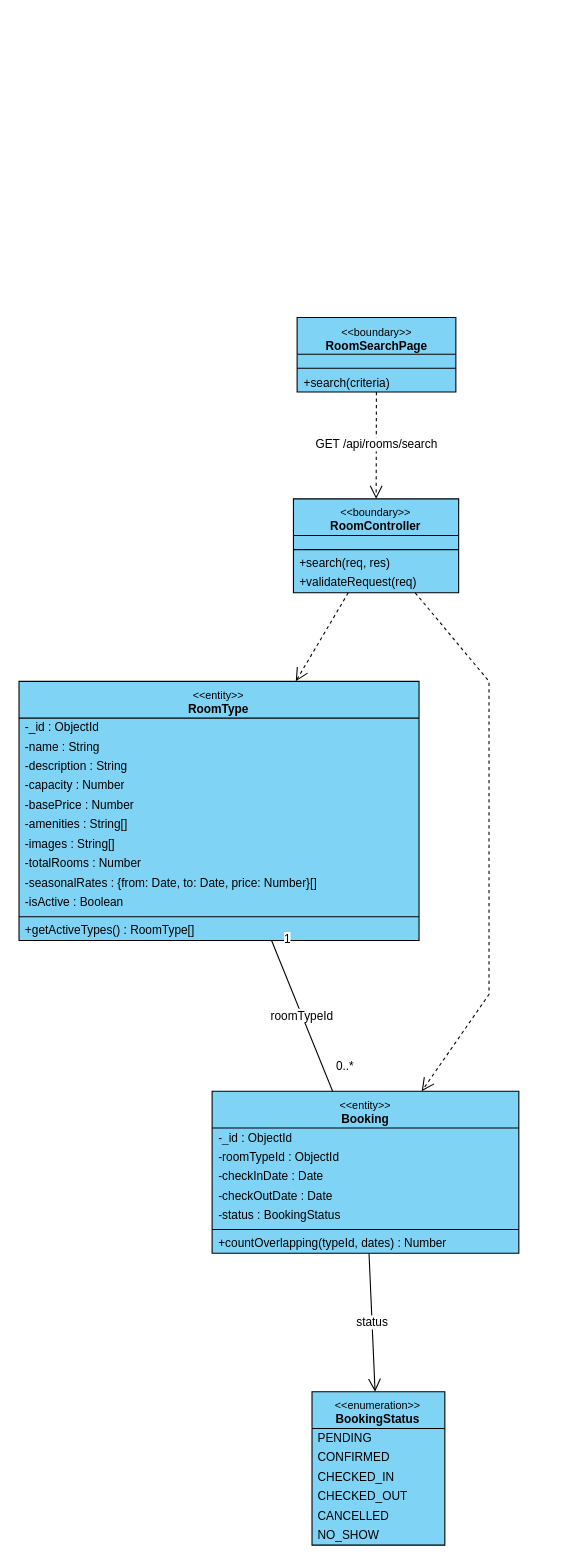
The draw.io diagram final/diagrams/M3_Booking-And-Customer_Diagrams/class_diagrams/CD-09_UC-G01_SearchAvailableRooms.drawio in toikobi401/SWD392, before the edit. Source tidied: cells renumbered, new cells numbered last; positions are measured from the earlier drawing's top-left corner, leaving out a move shared by most shapes. Both pictures are drawn from the tidied source at 108%, with x=0, y=0 at pixel (18, 316).
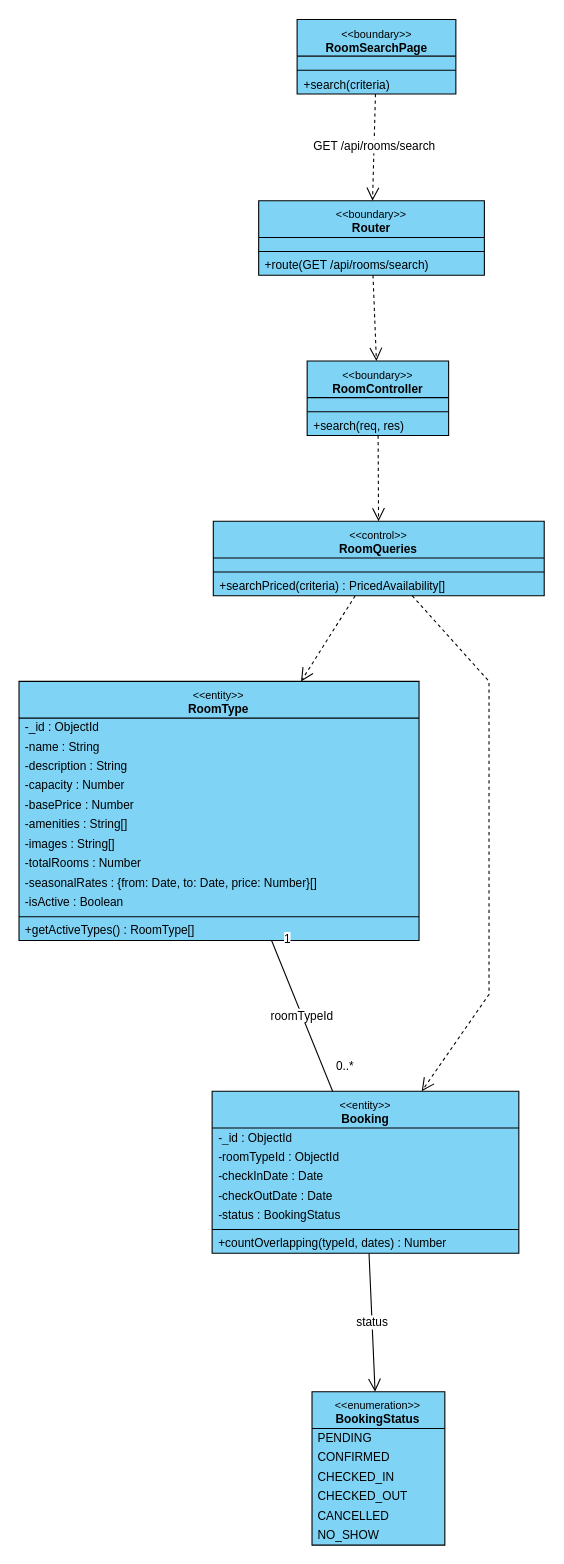
The same page after the edit.

The change refers to these unchanged cells:
```xml
<mxCell id="11" value="&lt;font style=&quot;font-size:10px&quot;&gt;&amp;lt;&amp;lt;entity&amp;gt;&amp;gt;&lt;/font&gt;&lt;br&gt;&lt;b&gt;RoomType&lt;/b&gt;" style="swimlane;fontStyle=0;align=center;verticalAlign=top;horizontal=1;startSize=34;html=1;whiteSpace=wrap;fontSize=11;fillColor=#7fd3f5;swimlaneFillColor=#7fd3f5;strokeColor=#000000;" parent="1" vertex="1">
  <mxGeometry x="0.1" y="337.4" width="370.4" height="240" as="geometry" />
</mxCell>
<mxCell id="24" value="&lt;font style=&quot;font-size:10px&quot;&gt;&amp;lt;&amp;lt;entity&amp;gt;&amp;gt;&lt;/font&gt;&lt;br&gt;&lt;b&gt;Booking&lt;/b&gt;" style="swimlane;fontStyle=0;align=center;verticalAlign=top;horizontal=1;startSize=34;html=1;whiteSpace=wrap;fontSize=11;fillColor=#7fd3f5;swimlaneFillColor=#7fd3f5;strokeColor=#000000;" parent="1" vertex="1">
  <mxGeometry x="178.9" y="716.9" width="284" height="150" as="geometry" />
</mxCell>
<mxCell id="32" value="&lt;font style=&quot;font-size:10px&quot;&gt;&amp;lt;&amp;lt;enumeration&amp;gt;&amp;gt;&lt;/font&gt;&lt;br&gt;&lt;b&gt;BookingStatus&lt;/b&gt;" style="swimlane;fontStyle=0;align=center;verticalAlign=top;horizontal=1;startSize=34;html=1;whiteSpace=wrap;fontSize=11;fillColor=#7fd3f5;swimlaneFillColor=#7fd3f5;strokeColor=#000000;" parent="1" vertex="1">
  <mxGeometry x="271.4" y="995.2" width="123" height="142" as="geometry" />
</mxCell>
```

The edit, as a diff of the source:
```diff
@@
     <mxCell id="2" value="&lt;font style=&quot;font-size:10px&quot;&gt;&amp;lt;&amp;lt;boundary&amp;gt;&amp;gt;&lt;/font&gt;&lt;br&gt;&lt;b&gt;RoomSearchPage&lt;/b&gt;" style="swimlane;fontStyle=0;align=center;verticalAlign=top;horizontal=1;startSize=34;html=1;whiteSpace=wrap;fontSize=11;fillColor=#7fd3f5;swimlaneFillColor=#7fd3f5;strokeColor=#000000;" parent="1" vertex="1">
-      <mxGeometry x="257.6" y="0.5" width="147" height="69" as="geometry" />
+      <mxGeometry x="257.6" y="-275.5" width="147" height="69" as="geometry" />
     </mxCell>
@@
+    <mxCell id="46" value="&lt;font style=&quot;font-size:10px&quot;&gt;&amp;lt;&amp;lt;boundary&amp;gt;&amp;gt;&lt;/font&gt;&lt;br&gt;&lt;b&gt;Router&lt;/b&gt;" style="swimlane;fontStyle=0;align=center;verticalAlign=top;horizontal=1;startSize=34;html=1;whiteSpace=wrap;fontSize=11;fillColor=#7fd3f5;swimlaneFillColor=#7fd3f5;strokeColor=#000000;" parent="1" vertex="1">
+      <mxGeometry x="222" y="-107.6" width="209" height="69" as="geometry" />
+    </mxCell>
+    <mxCell id="47" style="text;strokeColor=none;fillColor=none;html=1;" parent="46" vertex="1">
+      <mxGeometry y="34" width="209" height="9" as="geometry" />
+    </mxCell>
+    <mxCell id="48" style="line;strokeWidth=1;fillColor=none;align=left;verticalAlign=middle;spacingTop=-1;spacingLeft=3;spacingRight=3;labelPosition=right;strokeColor=#000000;" parent="46" vertex="1">
+      <mxGeometry y="43" width="209" height="8" as="geometry" />
+    </mxCell>
+    <mxCell id="49" value="+route(GET /api/rooms/search)" style="text;strokeColor=none;fillColor=none;align=left;verticalAlign=middle;spacingLeft=4;spacingRight=4;overflow=hidden;whiteSpace=nowrap;html=1;fontSize=11;" parent="46" vertex="1">
+      <mxGeometry y="51" width="209" height="18" as="geometry" />
+    </mxCell>
     <mxCell id="6" value="&lt;font style=&quot;font-size:10px&quot;&gt;&amp;lt;&amp;lt;boundary&amp;gt;&amp;gt;&lt;/font&gt;&lt;br&gt;&lt;b&gt;RoomController&lt;/b&gt;" style="swimlane;fontStyle=0;align=center;verticalAlign=top;horizontal=1;startSize=34;html=1;whiteSpace=wrap;fontSize=11;fillColor=#7fd3f5;swimlaneFillColor=#7fd3f5;strokeColor=#000000;" parent="1" vertex="1">
-      <mxGeometry x="254.2" y="168.4" width="153" height="87" as="geometry" />
+      <mxGeometry x="266.9" y="40.7" width="131" height="69" as="geometry" />
     </mxCell>
-    <mxCell id="7" style="text;strokeColor=none;fillColor=none;html=1;" parent="6" vertex="1">
-      <mxGeometry y="34" width="153" height="9" as="geometry" />
-    </mxCell>
-    <mxCell id="8" style="line;strokeWidth=1;fillColor=none;align=left;verticalAlign=middle;spacingTop=-1;spacingLeft=3;spacingRight=3;labelPosition=right;strokeColor=#000000;" parent="6" vertex="1">
-      <mxGeometry y="43" width="153" height="8" as="geometry" />
-    </mxCell>
+    <mxCell id="50" style="text;strokeColor=none;fillColor=none;html=1;" parent="6" vertex="1">
+      <mxGeometry y="34" width="131" height="9" as="geometry" />
+    </mxCell>
+    <mxCell id="51" style="line;strokeWidth=1;fillColor=none;align=left;verticalAlign=middle;spacingTop=-1;spacingLeft=3;spacingRight=3;labelPosition=right;strokeColor=#000000;" parent="6" vertex="1">
+      <mxGeometry y="43" width="131" height="8" as="geometry" />
+    </mxCell>
     <mxCell id="9" value="+search(req, res)" style="text;strokeColor=none;fillColor=none;align=left;verticalAlign=middle;spacingLeft=4;spacingRight=4;overflow=hidden;whiteSpace=nowrap;html=1;fontSize=11;" parent="6" vertex="1">
-      <mxGeometry y="51" width="153" height="18" as="geometry" />
+      <mxGeometry y="51" width="131" height="18" as="geometry" />
     </mxCell>
-    <mxCell id="10" value="+validateRequest(req)" style="text;strokeColor=none;fillColor=none;align=left;verticalAlign=middle;spacingLeft=4;spacingRight=4;overflow=hidden;whiteSpace=nowrap;html=1;fontSize=11;" parent="6" vertex="1">
-      <mxGeometry y="69" width="153" height="18" as="geometry" />
-    </mxCell>
+    <mxCell id="52" value="&lt;font style=&quot;font-size:10px&quot;&gt;&amp;lt;&amp;lt;control&amp;gt;&amp;gt;&lt;/font&gt;&lt;br&gt;&lt;b&gt;RoomQueries&lt;/b&gt;" style="swimlane;fontStyle=0;align=center;verticalAlign=top;horizontal=1;startSize=34;html=1;whiteSpace=wrap;fontSize=11;fillColor=#7fd3f5;swimlaneFillColor=#7fd3f5;strokeColor=#000000;" parent="1" vertex="1">
+      <mxGeometry x="180" y="189.1" width="306.4" height="69" as="geometry" />
+    </mxCell>
+    <mxCell id="53" style="text;strokeColor=none;fillColor=none;html=1;" parent="52" vertex="1">
+      <mxGeometry y="34" width="306.4" height="9" as="geometry" />
+    </mxCell>
+    <mxCell id="54" style="line;strokeWidth=1;fillColor=none;align=left;verticalAlign=middle;spacingTop=-1;spacingLeft=3;spacingRight=3;labelPosition=right;strokeColor=#000000;" parent="52" vertex="1">
+      <mxGeometry y="43" width="306.4" height="8" as="geometry" />
+    </mxCell>
+    <mxCell id="55" value="+searchPriced(criteria) : PricedAvailability[]" style="text;strokeColor=none;fillColor=none;align=left;verticalAlign=middle;spacingLeft=4;spacingRight=4;overflow=hidden;whiteSpace=nowrap;html=1;fontSize=11;" parent="52" vertex="1">
+      <mxGeometry y="51" width="306.4" height="18" as="geometry" />
+    </mxCell>
@@
-    <mxCell id="39" value="roomTypeId" style="html=1;rounded=0;fontSize=11;labelBackgroundColor=#ffffff;endArrow=none;" parent="1" edge="1" source="11" target="24">
+    <mxCell id="39" value="GET /api/rooms/search" style="html=1;rounded=0;fontSize=11;labelBackgroundColor=#ffffff;dashed=1;endArrow=open;endSize=10;" parent="1" edge="1" source="2" target="46">
       <mxGeometry relative="1" as="geometry" />
     </mxCell>
-    <mxCell id="40" value="1" style="edgeLabel;html=1;align=left;verticalAlign=bottom;fontSize=11;" parent="39" vertex="1">
-      <mxGeometry x="-0.85" relative="1" as="geometry">
-        <mxPoint x="6" y="-4" as="offset" />
-      </mxGeometry>
-    </mxCell>
-    <mxCell id="41" value="0..*" style="edgeLabel;html=1;align=left;verticalAlign=bottom;fontSize=11;" parent="39" vertex="1">
-      <mxGeometry x="0.85" relative="1" as="geometry">
-        <mxPoint x="6" y="-4" as="offset" />
-      </mxGeometry>
-    </mxCell>
-    <mxCell id="42" value="GET /api/rooms/search" style="html=1;rounded=0;fontSize=11;labelBackgroundColor=#ffffff;dashed=1;endArrow=open;endSize=10;" parent="1" edge="1" source="2" target="6">
+    <mxCell id="42" style="html=1;rounded=0;fontSize=11;labelBackgroundColor=#ffffff;dashed=1;endArrow=open;endSize=10;" parent="1" edge="1" source="46" target="6">
       <mxGeometry relative="1" as="geometry" />
     </mxCell>
-    <mxCell id="43" style="html=1;rounded=0;fontSize=11;labelBackgroundColor=#ffffff;dashed=1;endArrow=open;endSize=10;" parent="1" edge="1" source="6" target="11">
+    <mxCell id="43" style="html=1;rounded=0;fontSize=11;labelBackgroundColor=#ffffff;dashed=1;endArrow=open;endSize=10;" parent="1" edge="1" source="6" target="52">
       <mxGeometry relative="1" as="geometry" />
     </mxCell>
-    <mxCell id="44" style="html=1;rounded=0;fontSize=11;labelBackgroundColor=#ffffff;dashed=1;endArrow=open;endSize=10;" parent="1" edge="1" source="6" target="24">
-      <mxGeometry relative="1" as="geometry">
-        <Array as="points">
-          <mxPoint x="435.3" y="337.4" />
-          <mxPoint x="435.3" y="627.2" />
-        </Array>
-      </mxGeometry>
+    <mxCell id="44" style="html=1;rounded=0;fontSize=11;labelBackgroundColor=#ffffff;dashed=1;endArrow=open;endSize=10;" parent="1" edge="1" source="52" target="11">
+      <mxGeometry relative="1" as="geometry" />
     </mxCell>
-    <mxCell id="45" value="status" style="html=1;rounded=0;fontSize=11;labelBackgroundColor=#ffffff;endArrow=open;endSize=10;" parent="1" edge="1" source="24" target="32">
-      <mxGeometry relative="1" as="geometry" />
+    <mxCell id="45" style="html=1;rounded=0;fontSize=11;labelBackgroundColor=#ffffff;dashed=1;endArrow=open;endSize=10;" parent="1" edge="1" source="52" target="24">
+      <mxGeometry relative="1" as="geometry">
+        <Array as="points">
+          <mxPoint x="435.3" y="337.4" />
+          <mxPoint x="435.3" y="627.2" />
+        </Array>
+      </mxGeometry>
     </mxCell>
+    <mxCell id="56" value="roomTypeId" style="html=1;rounded=0;fontSize=11;labelBackgroundColor=#ffffff;endArrow=none;" parent="1" edge="1" source="11" target="24">
+      <mxGeometry relative="1" as="geometry" />
+    </mxCell>
+    <mxCell id="40" value="1" style="edgeLabel;html=1;align=left;verticalAlign=bottom;fontSize=11;" parent="56" vertex="1">
+      <mxGeometry x="-0.85" relative="1" as="geometry">
+        <mxPoint x="6" y="-4" as="offset" />
+      </mxGeometry>
+    </mxCell>
+    <mxCell id="41" value="0..*" style="edgeLabel;html=1;align=left;verticalAlign=bottom;fontSize=11;" parent="56" vertex="1">
+      <mxGeometry x="0.85" relative="1" as="geometry">
+        <mxPoint x="6" y="-4" as="offset" />
+      </mxGeometry>
+    </mxCell>
+    <mxCell id="57" value="status" style="html=1;rounded=0;fontSize=11;labelBackgroundColor=#ffffff;endArrow=open;endSize=10;" parent="1" edge="1" source="24" target="32">
+      <mxGeometry relative="1" as="geometry" />
+    </mxCell>
```
